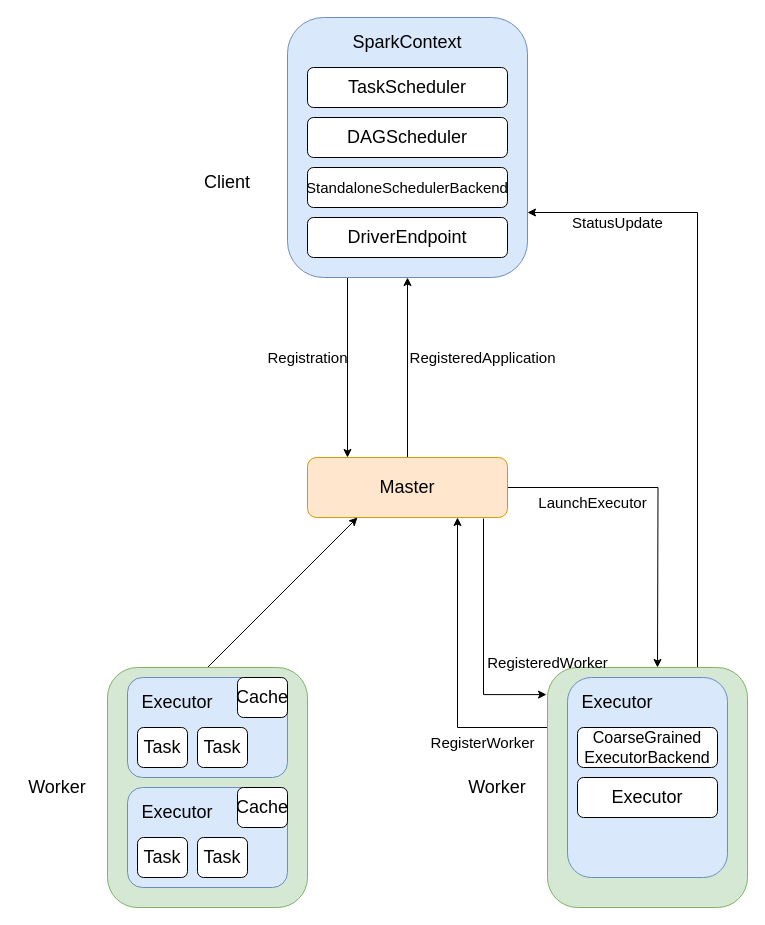
Above: imgs/spark/spark_standalone_structure.drawio in rainsbaby/notebook (draw.io), before the change. Source tidied: cells renumbered, new cells numbered last; positions are measured from the earlier drawing's top-left corner, leaving out a move shared by most shapes. Both pictures are drawn from the tidied source at 100%, with x=0, y=0 at pixel (17, 17).
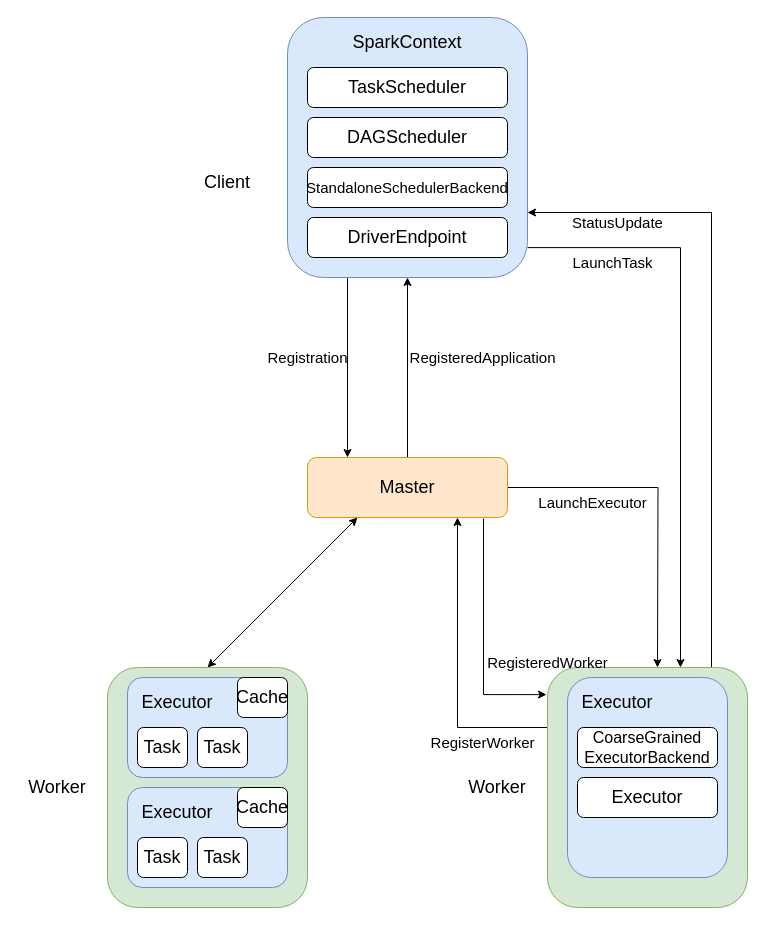
The same diagram, later.

Unchanged cells that the change refers to:
```xml
<mxCell id="3" style="rounded=1;whiteSpace=wrap;html=1;fontSize=18;fillColor=#dae8fc;strokeColor=#6c8ebf;" parent="1" vertex="1">
  <mxGeometry x="270" width="240" height="260" as="geometry" />
</mxCell>
<mxCell id="7" value="Master" style="rounded=1;whiteSpace=wrap;html=1;fontSize=18;fillColor=#ffe6cc;strokeColor=#d79b00;" parent="1" vertex="1">
  <mxGeometry x="290" y="440" width="200" height="60" as="geometry" />
</mxCell>
<mxCell id="9" style="rounded=1;whiteSpace=wrap;html=1;fontSize=18;fillColor=#d5e8d4;strokeColor=#82b366;" parent="1" vertex="1">
  <mxGeometry x="90" y="650" width="200" height="240" as="geometry" />
</mxCell>
<mxCell id="33" style="rounded=1;whiteSpace=wrap;html=1;fontSize=18;fillColor=#d5e8d4;strokeColor=#82b366;" parent="1" vertex="1">
  <mxGeometry x="530" y="650" width="200" height="240" as="geometry" />
</mxCell>
```

What changed in the source:
```diff
@@
+    <mxCell id="43" style="edgeStyle=orthogonalEdgeStyle;rounded=0;jettySize=auto;html=1;exitX=1;exitY=0.885;exitDx=0;exitDy=0;entryX=0.665;entryY=0;entryDx=0;entryDy=0;entryPerimeter=0;fontSize=18;startArrow=none;startFill=0;exitPerimeter=0;" parent="1" edge="1" source="3" target="33">
+      <mxGeometry relative="1" as="geometry">
+        <Array as="points">
+          <mxPoint x="663" y="230" />
+        </Array>
+      </mxGeometry>
+    </mxCell>
@@
-    <mxCell id="8" style="rounded=0;jettySize=auto;html=1;exitX=0.5;exitY=0;exitDx=0;exitDy=0;entryX=0.25;entryY=1;entryDx=0;entryDy=0;fontSize=15;" parent="1" edge="1" source="9" target="7">
+    <mxCell id="8" style="rounded=0;jettySize=auto;html=1;exitX=0.5;exitY=0;exitDx=0;exitDy=0;entryX=0.25;entryY=1;entryDx=0;entryDy=0;fontSize=15;startArrow=classic;startFill=1;" parent="1" edge="1" source="9" target="7">
       <mxGeometry relative="1" as="geometry" />
     </mxCell>
@@
-    <mxCell id="32" style="edgeStyle=orthogonalEdgeStyle;rounded=0;jettySize=auto;html=1;exitX=0.75;exitY=0;exitDx=0;exitDy=0;entryX=1;entryY=0.75;entryDx=0;entryDy=0;fontSize=18;" parent="1" edge="1" source="33" target="3">
+    <mxCell id="32" style="edgeStyle=orthogonalEdgeStyle;rounded=0;jettySize=auto;html=1;exitX=0.82;exitY=0;exitDx=0;exitDy=0;entryX=1;entryY=0.75;entryDx=0;entryDy=0;fontSize=18;exitPerimeter=0;" parent="1" edge="1" source="33" target="3">
       <mxGeometry relative="1" as="geometry" />
     </mxCell>
@@
+    <mxCell id="44" value="LaunchTask" style="text;html=1;align=center;verticalAlign=middle;strokeColor=none;fillColor=none;fontSize=15;" parent="1" vertex="1">
+      <mxGeometry x="545" y="230" width="100" height="30" as="geometry" />
+    </mxCell>
```
